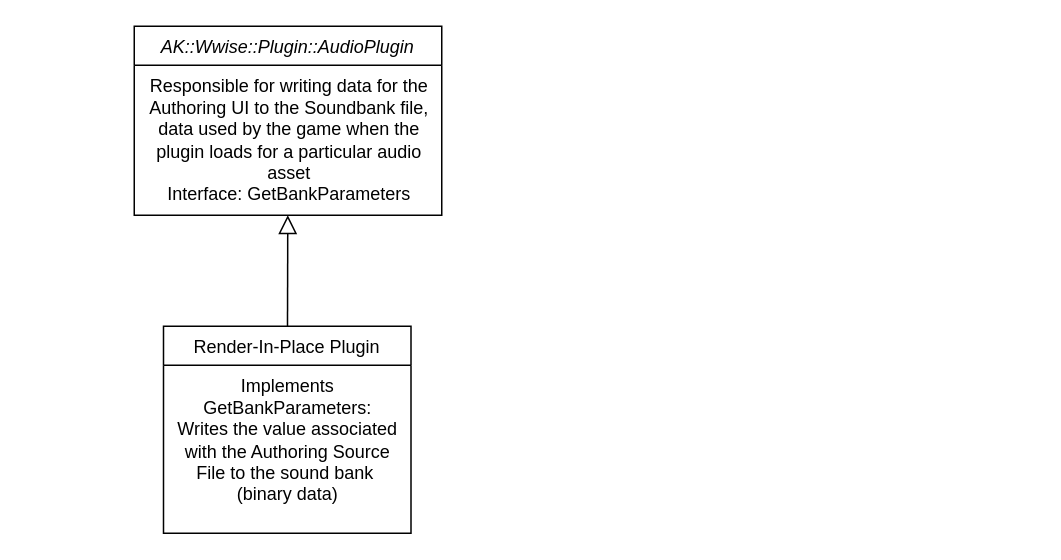
Above: AudioPlugin.drawio in Saber033/Comp-Sci-IA (draw.io), before the change. Source tidied: cells renumbered, new cells numbered last; positions are measured from the earlier drawing's top-left corner, leaving out a move shared by most shapes. Both pictures are drawn from the tidied source at 150%, with x=0, y=0 at pixel (134, 26).
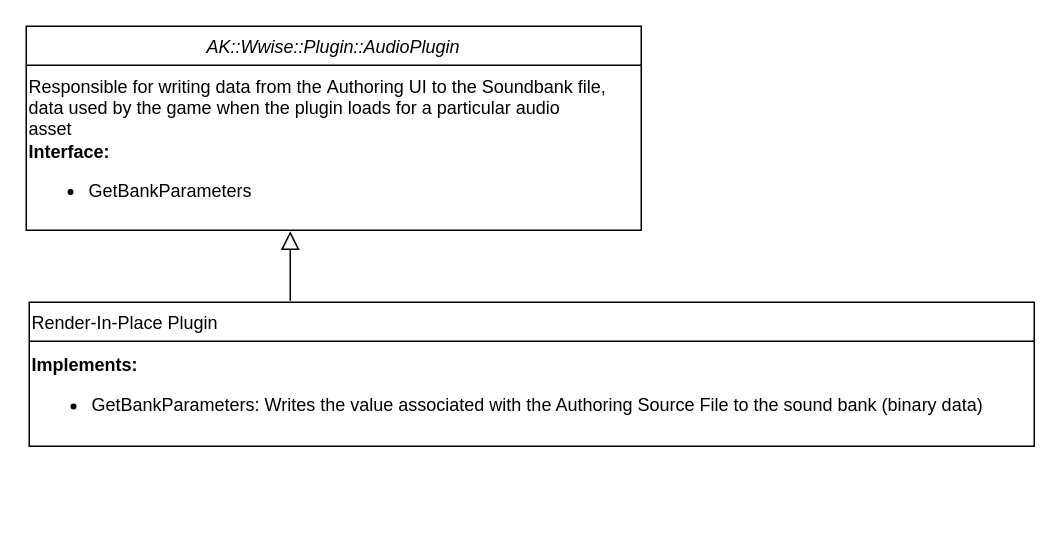
Above is the later version.

What changed in the source:
```diff
@@
 <mxGraphModel>
   <root>
     <mxCell id="0" />
     <mxCell id="1" parent="0" />
     <mxCell id="2" value="AK::Wwise::Plugin::AudioPlugin" style="swimlane;fontStyle=2;align=center;verticalAlign=top;horizontal=1;startSize=26;rounded=0;shadow=0;strokeWidth=1;" parent="1" vertex="1">
-      <mxGeometry width="205" height="126" as="geometry" />
+      <mxGeometry x="-72" width="410" height="136" as="geometry" />
     </mxCell>
-    <mxCell id="3" value="Responsible for writing data for the&lt;div&gt;Authoring UI to the Soundbank file,&lt;/div&gt;&lt;div&gt;data used by the game when the&lt;/div&gt;&lt;div&gt;plugin loads for a particular audio&lt;/div&gt;&lt;div&gt;asset&lt;/div&gt;&lt;div&gt;Interface: GetBankParameters&lt;/div&gt;" style="text;html=1;align=center;verticalAlign=middle;strokeColor=none;fillColor=none;" parent="2" vertex="1">
-      <mxGeometry y="26" width="205" height="100" as="geometry" />
+    <mxCell id="3" value="Responsible for writing data from the&amp;nbsp;&lt;span style=&quot;background-color: transparent; color: light-dark(rgb(0, 0, 0), rgb(255, 255, 255));&quot;&gt;Authoring UI to the Soundbank file,&lt;/span&gt;&lt;div&gt;data used by the game when the&amp;nbsp;&lt;span style=&quot;background-color: transparent; color: light-dark(rgb(0, 0, 0), rgb(255, 255, 255));&quot;&gt;plugin loads for a particular audio&lt;/span&gt;&lt;/div&gt;&lt;div&gt;asset&lt;/div&gt;&lt;div&gt;&lt;span style=&quot;background-color: transparent; color: light-dark(rgb(0, 0, 0), rgb(255, 255, 255));&quot;&gt;&lt;b&gt;Interface:&amp;nbsp;&lt;/b&gt;&lt;/span&gt;&lt;/div&gt;&lt;div&gt;&lt;ul&gt;&lt;li&gt;&lt;span style=&quot;background-color: transparent; color: light-dark(rgb(0, 0, 0), rgb(255, 255, 255));&quot;&gt;GetBankParameters&lt;/span&gt;&lt;/li&gt;&lt;/ul&gt;&lt;/div&gt;" style="text;html=1;align=left;verticalAlign=middle;strokeColor=none;fillColor=none;" parent="2" vertex="1">
+      <mxGeometry y="26" width="410" height="110" as="geometry" />
     </mxCell>
-    <mxCell id="4" value="Render-In-Place Plugin" style="swimlane;fontStyle=0;align=center;verticalAlign=top;horizontal=1;startSize=26;rounded=0;shadow=0;strokeWidth=1;" parent="1" vertex="1">
-      <mxGeometry x="19.5" y="200" width="165" height="138" as="geometry" />
+    <mxCell id="4" value="Render-In-Place Plugin" style="swimlane;fontStyle=0;align=left;verticalAlign=top;horizontal=1;startSize=26;rounded=0;shadow=0;strokeWidth=1;" parent="1" vertex="1">
+      <mxGeometry x="-70" y="184" width="670" height="96" as="geometry" />
     </mxCell>
-    <mxCell id="5" value="Implements&lt;div&gt;GetBankParameters:&lt;/div&gt;&lt;div&gt;Writes the value associated&lt;/div&gt;&lt;div&gt;with the Authoring Source&lt;/div&gt;&lt;div&gt;File to the sound bank&amp;nbsp;&lt;/div&gt;&lt;div&gt;(binary data)&lt;/div&gt;" style="text;html=1;align=center;verticalAlign=middle;strokeColor=none;fillColor=none;" parent="4" vertex="1">
-      <mxGeometry y="26" width="165" height="100" as="geometry" />
+    <mxCell id="5" value="&lt;b&gt;Implements:&lt;/b&gt;&lt;div&gt;&lt;ul&gt;&lt;li&gt;GetBankParameters: Writes the value associated with the Authoring Source File to the sound bank (binary data)&lt;/li&gt;&lt;/ul&gt;&lt;/div&gt;" style="text;html=1;align=left;verticalAlign=middle;strokeColor=none;fillColor=none;" parent="4" vertex="1">
+      <mxGeometry y="26" width="670" height="70" as="geometry" />
     </mxCell>
-    <mxCell id="6" style="endArrow=block;endSize=10;endFill=0;shadow=0;strokeWidth=1;rounded=0;elbow=vertical;" parent="1" edge="1" source="4" target="2">
-      <mxGeometry relative="1" as="geometry" />
+    <mxCell id="6" style="endArrow=block;endSize=10;endFill=0;shadow=0;strokeWidth=1;rounded=0;elbow=vertical;entryX=0.44;entryY=1.069;entryDx=0;entryDy=0;entryPerimeter=0;" parent="1" edge="1">
+      <mxGeometry relative="1" as="geometry">
+        <mxPoint x="104" y="183" as="sourcePoint" />
+        <mxPoint x="104" y="136.6" as="targetPoint" />
+        <Array as="points">
+          <mxPoint x="104" y="153" />
+        </Array>
+      </mxGeometry>
     </mxCell>
   </root>
 </mxGraphModel>
```
